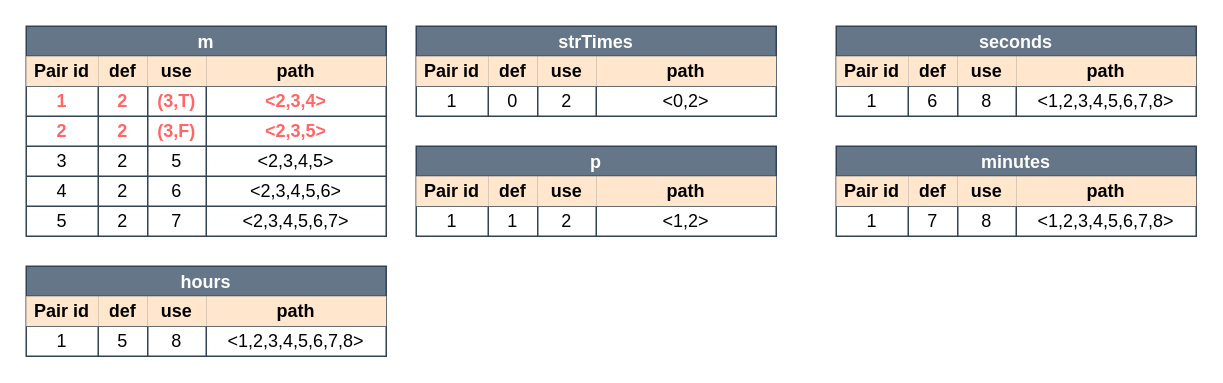
Before: page "All-p-uses" (5 of 6) of docs/08_assignment/figures/parseSeconds.drawio in Jumaruba/jtimesched, a draw.io diagram. Source tidied: cells renumbered, new cells numbered last; positions are measured from the earlier drawing's top-left corner, leaving out a move shared by most shapes. Both pictures are drawn from the tidied source at 150%, with x=0, y=0 at pixel (26, 26).
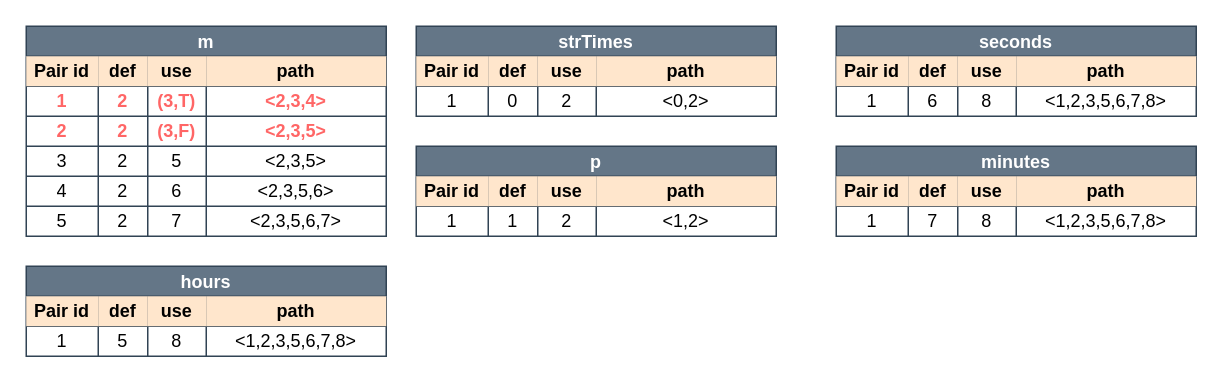
The same diagram, later.

The change refers to these unchanged cells:
```xml
<mxCell id="18" style="shape=partialRectangle;html=1;whiteSpace=wrap;fillColor=none;top=0;left=0;bottom=0;right=0;labelBackgroundColor=none;fontSize=12;" parent="2" vertex="1">
  <mxGeometry y="80" width="240" height="20" as="geometry" />
</mxCell>
<mxCell id="23" style="shape=partialRectangle;html=1;whiteSpace=wrap;fillColor=none;top=0;left=0;bottom=0;right=0;labelBackgroundColor=none;fontSize=12;" parent="2" vertex="1">
  <mxGeometry y="100" width="240" height="20" as="geometry" />
</mxCell>
<mxCell id="28" style="shape=partialRectangle;html=1;whiteSpace=wrap;fillColor=none;top=0;left=0;bottom=0;right=0;labelBackgroundColor=none;fontSize=12;" parent="2" vertex="1">
  <mxGeometry y="120" width="240" height="20" as="geometry" />
</mxCell>
<mxCell id="39" style="shape=partialRectangle;html=1;whiteSpace=wrap;fillColor=none;top=0;left=0;bottom=0;right=0;labelBackgroundColor=none;fontSize=12;" parent="33" vertex="1">
  <mxGeometry y="40" width="240" height="20" as="geometry" />
</mxCell>
<mxCell id="50" style="shape=partialRectangle;html=1;whiteSpace=wrap;fillColor=none;top=0;left=0;bottom=0;right=0;labelBackgroundColor=none;fontSize=12;" parent="44" vertex="1">
  <mxGeometry y="40" width="240" height="20" as="geometry" />
</mxCell>
<mxCell id="61" style="shape=partialRectangle;html=1;whiteSpace=wrap;fillColor=none;top=0;left=0;bottom=0;right=0;labelBackgroundColor=none;fontSize=12;" parent="55" vertex="1">
  <mxGeometry y="40" width="240" height="20" as="geometry" />
</mxCell>
```

Diff of the diagram source:
```diff
@@
-    <mxCell id="22" value="&amp;lt;2,3,4,5&amp;gt;" style="shape=partialRectangle;html=1;whiteSpace=wrap;fillColor=none;top=0;left=0;bottom=0;right=0;overflow=hidden;labelBackgroundColor=none;fontSize=12;fontColor=#000000;fontStyle=0;" parent="18" vertex="1">
+    <mxCell id="22" value="&amp;lt;2,3,5&amp;gt;" style="shape=partialRectangle;html=1;whiteSpace=wrap;fillColor=none;top=0;left=0;bottom=0;right=0;overflow=hidden;labelBackgroundColor=none;fontSize=12;fontColor=#000000;fontStyle=0;" parent="18" vertex="1">
       <mxGeometry x="120" width="120" height="20" as="geometry" />
     </mxCell>
@@
-    <mxCell id="27" value="&amp;lt;2,3,4,5,6&amp;gt;" style="shape=partialRectangle;html=1;whiteSpace=wrap;fillColor=none;top=0;left=0;bottom=0;right=0;overflow=hidden;labelBackgroundColor=none;fontSize=12;fontColor=#000000;fontStyle=0;" parent="23" vertex="1">
+    <mxCell id="27" value="&amp;lt;2,3,5,6&amp;gt;" style="shape=partialRectangle;html=1;whiteSpace=wrap;fillColor=none;top=0;left=0;bottom=0;right=0;overflow=hidden;labelBackgroundColor=none;fontSize=12;fontColor=#000000;fontStyle=0;" parent="23" vertex="1">
       <mxGeometry x="120" width="120" height="20" as="geometry" />
     </mxCell>
@@
-    <mxCell id="32" value="&amp;lt;2,3,4,5,6,7&amp;gt;" style="shape=partialRectangle;html=1;whiteSpace=wrap;fillColor=none;top=0;left=0;bottom=0;right=0;overflow=hidden;labelBackgroundColor=none;fontSize=12;fontColor=#000000;fontStyle=0;" parent="28" vertex="1">
+    <mxCell id="32" value="&amp;lt;2,3,5,6,7&amp;gt;" style="shape=partialRectangle;html=1;whiteSpace=wrap;fillColor=none;top=0;left=0;bottom=0;right=0;overflow=hidden;labelBackgroundColor=none;fontSize=12;fontColor=#000000;fontStyle=0;" parent="28" vertex="1">
       <mxGeometry x="120" width="120" height="20" as="geometry" />
     </mxCell>
@@
-    <mxCell id="43" value="&amp;lt;1,2,3,4,5,6,7,8&amp;gt;" style="shape=partialRectangle;html=1;whiteSpace=wrap;fillColor=none;top=0;left=0;bottom=0;right=0;overflow=hidden;labelBackgroundColor=none;fontSize=12;" parent="39" vertex="1">
+    <mxCell id="43" value="&amp;lt;1,2,3,5,6,7,8&amp;gt;" style="shape=partialRectangle;html=1;whiteSpace=wrap;fillColor=none;top=0;left=0;bottom=0;right=0;overflow=hidden;labelBackgroundColor=none;fontSize=12;" parent="39" vertex="1">
       <mxGeometry x="120" width="120" height="20" as="geometry" />
     </mxCell>
@@
-    <mxCell id="54" value="&amp;lt;1,2,3,4,5,6,7,8&amp;gt;" style="shape=partialRectangle;html=1;whiteSpace=wrap;fillColor=none;top=0;left=0;bottom=0;right=0;overflow=hidden;labelBackgroundColor=none;fontSize=12;" parent="50" vertex="1">
+    <mxCell id="54" value="&amp;lt;1,2,3,5,6,7,8&amp;gt;" style="shape=partialRectangle;html=1;whiteSpace=wrap;fillColor=none;top=0;left=0;bottom=0;right=0;overflow=hidden;labelBackgroundColor=none;fontSize=12;" parent="50" vertex="1">
       <mxGeometry x="120" width="120" height="20" as="geometry" />
     </mxCell>
@@
-    <mxCell id="65" value="&amp;lt;1,2,3,4,5,6,7,8&amp;gt;" style="shape=partialRectangle;html=1;whiteSpace=wrap;fillColor=none;top=0;left=0;bottom=0;right=0;overflow=hidden;labelBackgroundColor=none;fontSize=12;" parent="61" vertex="1">
+    <mxCell id="65" value="&amp;lt;1,2,3,5,6,7,8&amp;gt;" style="shape=partialRectangle;html=1;whiteSpace=wrap;fillColor=none;top=0;left=0;bottom=0;right=0;overflow=hidden;labelBackgroundColor=none;fontSize=12;" parent="61" vertex="1">
       <mxGeometry x="120" width="120" height="20" as="geometry" />
     </mxCell>
```
